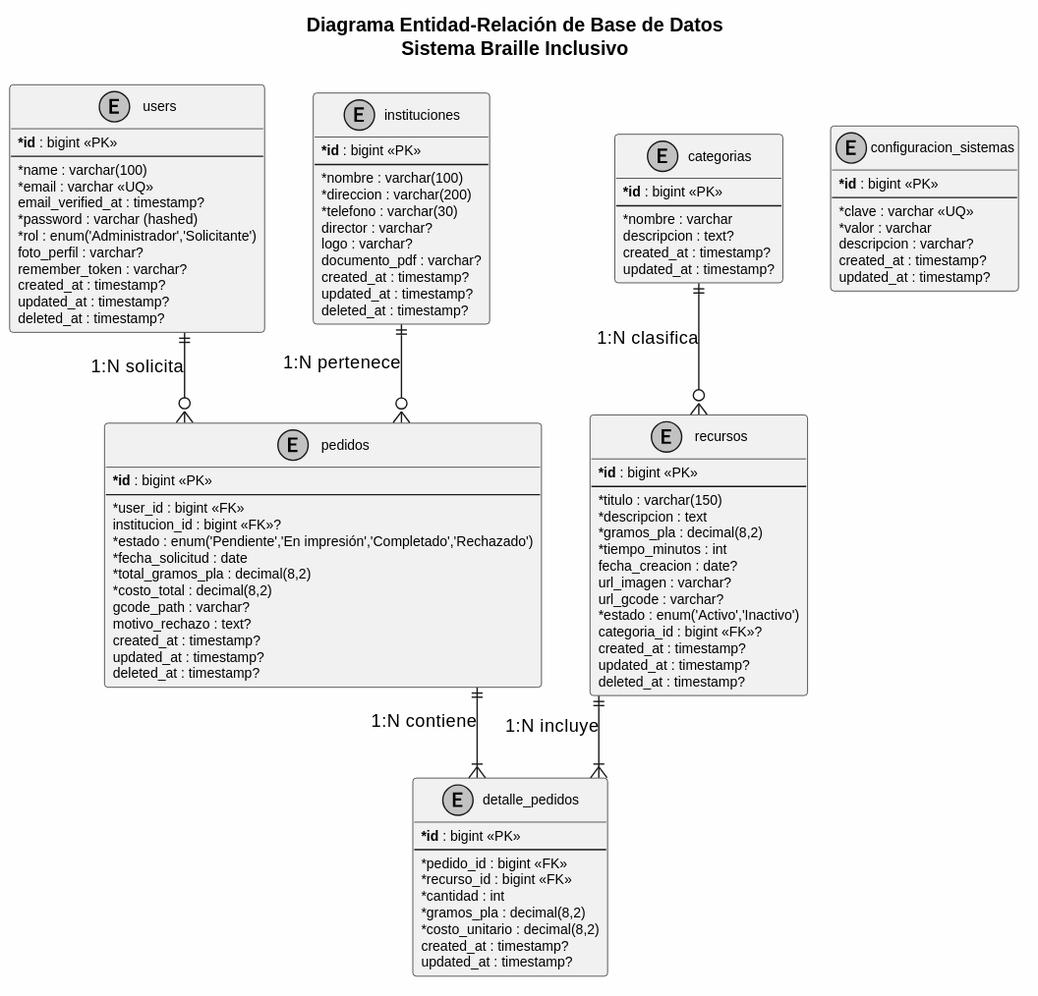
Before: docs/diagramas/imagenes/base_datos/UML_Diagrama_ERD.svg, a diagram exported from PlantUML (ArlTechDev/sistema-3d-inclusivo).
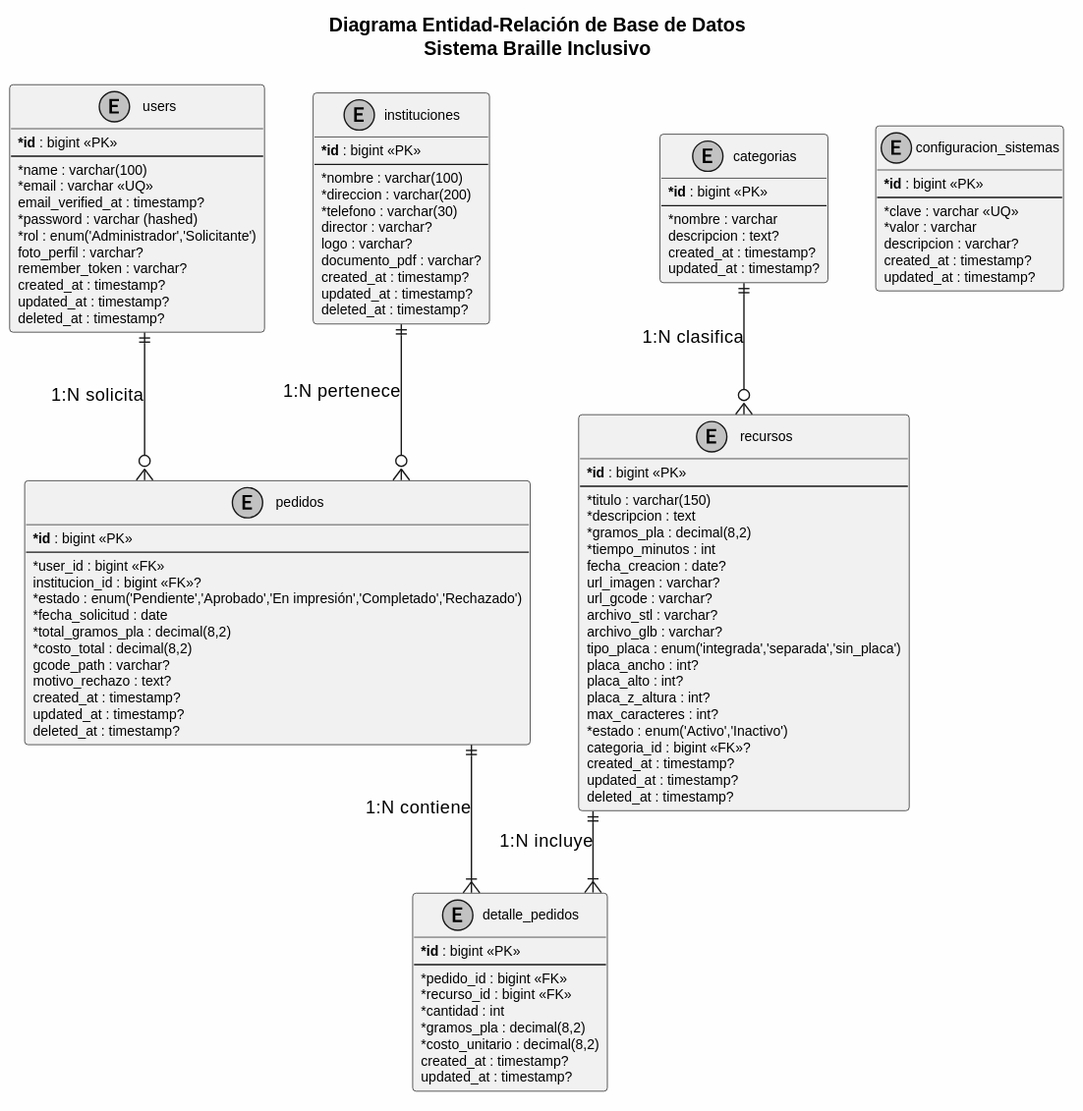
After the commit.

Change to the diagram source:
```diff
@@ -58,6 +58,13 @@
     fecha_creacion : date?
     url_imagen : varchar?
     url_gcode : varchar?
+    archivo_stl : varchar?
+    archivo_glb : varchar?
+    tipo_placa : enum('integrada','separada','sin_placa')
+    placa_ancho : int?
+    placa_alto : int?
+    placa_z_altura : int?
+    max_caracteres : int?
     * estado : enum('Activo','Inactivo')
     categoria_id : bigint <<FK>>?
     created_at : timestamp?
@@ -70,7 +77,7 @@
     --
     * user_id : bigint <<FK>>
     institucion_id : bigint <<FK>>?
-    * estado : enum('Pendiente','En impresión','Completado','Rechazado')
+    * estado : enum('Pendiente','Aprobado','En impresión','Completado','Rechazado')
     * fecha_solicitud : date
     * total_gramos_pla : decimal(8,2)
     * costo_total : decimal(8,2)
```
